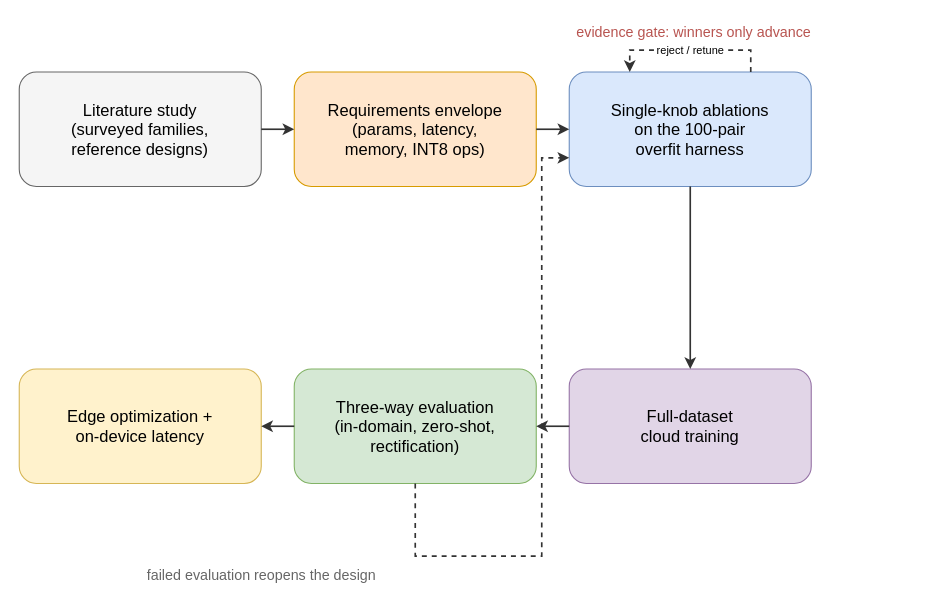
Earlier version of the draw.io diagram thesis/book/figures/fig_3_12_methodflow.drawio (abrar-nazib/StereoLite). Source tidied: cells renumbered, new cells numbered last; positions are measured from the earlier drawing's top-left corner, leaving out a move shared by most shapes. Both pictures are drawn from the tidied source at 110%, with x=0, y=0 at pixel (19, 19).
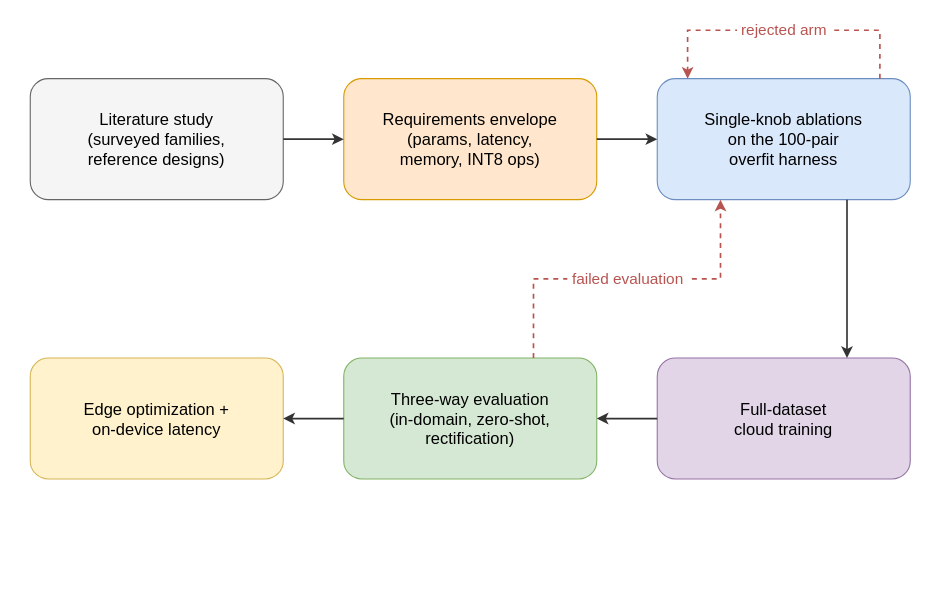
The same diagram, later.

What changed in the source:
```diff
@@
     <mxCell id="2" value="Literature study&lt;br&gt;(surveyed families,&lt;br&gt;reference designs)" style="rounded=1;whiteSpace=wrap;html=1;fillColor=#f5f5f5;strokeColor=#666666;fontSize=15;align=center;" parent="1" vertex="1">
-      <mxGeometry y="48" width="220" height="104" as="geometry" />
+      <mxGeometry x="10" y="54" width="230" height="110" as="geometry" />
     </mxCell>
     <mxCell id="3" value="Requirements envelope&lt;br&gt;(params, latency,&lt;br&gt;memory, INT8 ops)" style="rounded=1;whiteSpace=wrap;html=1;fillColor=#ffe6cc;strokeColor=#d79b00;fontSize=15;align=center;" parent="1" vertex="1">
-      <mxGeometry x="250" y="48" width="220" height="104" as="geometry" />
+      <mxGeometry x="295" y="54" width="230" height="110" as="geometry" />
     </mxCell>
     <mxCell id="4" value="Single-knob ablations&lt;br&gt;on the 100-pair&lt;br&gt;overfit harness" style="rounded=1;whiteSpace=wrap;html=1;fillColor=#dae8fc;strokeColor=#6c8ebf;fontSize=15;align=center;" parent="1" vertex="1">
-      <mxGeometry x="500" y="48" width="220" height="104" as="geometry" />
+      <mxGeometry x="580" y="54" width="230" height="110" as="geometry" />
     </mxCell>
     <mxCell id="5" value="Full-dataset&lt;br&gt;cloud training" style="rounded=1;whiteSpace=wrap;html=1;fillColor=#e1d5e7;strokeColor=#9673a6;fontSize=15;align=center;" parent="1" vertex="1">
-      <mxGeometry x="500" y="318" width="220" height="104" as="geometry" />
+      <mxGeometry x="580" y="308" width="230" height="110" as="geometry" />
     </mxCell>
     <mxCell id="6" value="Three-way evaluation&lt;br&gt;(in-domain, zero-shot,&lt;br&gt;rectification)" style="rounded=1;whiteSpace=wrap;html=1;fillColor=#d5e8d4;strokeColor=#82b366;fontSize=15;align=center;" parent="1" vertex="1">
-      <mxGeometry x="250" y="318" width="220" height="104" as="geometry" />
+      <mxGeometry x="295" y="308" width="230" height="110" as="geometry" />
     </mxCell>
     <mxCell id="7" value="Edge optimization +&lt;br&gt;on-device latency" style="rounded=1;whiteSpace=wrap;html=1;fillColor=#fff2cc;strokeColor=#d6b656;fontSize=15;align=center;" parent="1" vertex="1">
-      <mxGeometry y="318" width="220" height="104" as="geometry" />
+      <mxGeometry x="10" y="308" width="230" height="110" as="geometry" />
     </mxCell>
@@
-    <mxCell id="10" style="edgeStyle=orthogonalEdgeStyle;rounded=0;html=1;jettySize=auto;strokeColor=#333333;strokeWidth=1.5;fontSize=10;exitX=0.5;exitY=1;exitDx=0;exitDy=0;entryX=0.5;entryY=0;entryDx=0;entryDy=0;" parent="1" edge="1" source="4" target="5">
+    <mxCell id="10" style="edgeStyle=orthogonalEdgeStyle;rounded=0;html=1;jettySize=auto;strokeColor=#333333;strokeWidth=1.5;fontSize=10;exitX=0.75;exitY=1;exitDx=0;exitDy=0;entryX=0.75;entryY=0;entryDx=0;entryDy=0;" parent="1" edge="1" source="4" target="5">
       <mxGeometry relative="1" as="geometry" />
     </mxCell>
@@
-    <mxCell id="13" value="evidence gate: winners only advance" style="text;html=1;align=center;verticalAlign=middle;fontSize=13;fontColor=#b85450;" parent="1" vertex="1">
-      <mxGeometry x="478" width="270" height="24" as="geometry" />
+    <mxCell id="13" value="&lt;span style=&quot;font-size:14px;color:#b85450;background-color:#ffffff;&quot;&gt;&amp;nbsp;rejected arm&amp;nbsp;&lt;/span&gt;" style="edgeStyle=orthogonalEdgeStyle;rounded=0;html=1;jettySize=auto;strokeColor=#b85450;strokeWidth=1.5;fontSize=10;dashed=1;exitX=0.88;exitY=0;exitDx=0;exitDy=0;entryX=0.12;entryY=0;entryDx=0;entryDy=0;" parent="1" edge="1" source="4" target="4">
+      <mxGeometry relative="1" as="geometry">
+        <Array as="points">
+          <mxPoint x="782" y="10" />
+          <mxPoint x="608" y="10" />
+        </Array>
+      </mxGeometry>
     </mxCell>
-    <mxCell id="14" value="reject / retune" style="edgeStyle=orthogonalEdgeStyle;rounded=0;html=1;jettySize=auto;strokeColor=#333333;strokeWidth=1.5;fontSize=10;dashed=1;exitX=0.75;exitY=0;exitDx=0;exitDy=0;entryX=0.25;entryY=0;entryDx=0;entryDy=0;" parent="1" edge="1" source="4" target="4">
+    <mxCell id="14" value="&lt;span style=&quot;font-size:14px;color:#b85450;background-color:#ffffff;&quot;&gt;&amp;nbsp;failed evaluation&amp;nbsp;&lt;/span&gt;" style="edgeStyle=orthogonalEdgeStyle;rounded=0;html=1;jettySize=auto;strokeColor=#b85450;strokeWidth=1.5;fontSize=10;dashed=1;exitX=0.75;exitY=0;exitDx=0;exitDy=0;entryX=0.25;entryY=1;entryDx=0;entryDy=0;" parent="1" edge="1" source="6" target="4">
       <mxGeometry relative="1" as="geometry">
         <Array as="points">
-          <mxPoint x="665" y="28" />
-          <mxPoint x="555" y="28" />
+          <mxPoint x="467" y="236" />
+          <mxPoint x="638" y="236" />
         </Array>
       </mxGeometry>
     </mxCell>
-    <mxCell id="15" style="edgeStyle=orthogonalEdgeStyle;rounded=0;html=1;jettySize=auto;strokeColor=#333333;strokeWidth=1.5;fontSize=10;dashed=1;exitX=0.5;exitY=1;exitDx=0;exitDy=0;entryX=0;entryY=0.75;entryDx=0;entryDy=0;" parent="1" edge="1" source="6" target="4">
-      <mxGeometry relative="1" as="geometry">
-        <Array as="points">
-          <mxPoint x="360" y="488" />
-          <mxPoint x="475" y="488" />
-          <mxPoint x="475" y="126" />
-        </Array>
-      </mxGeometry>
-    </mxCell>
-    <mxCell id="16" value="failed evaluation reopens the design" style="text;html=1;align=center;verticalAlign=middle;fontSize=13;fontColor=#666666;" parent="1" vertex="1">
-      <mxGeometry x="90" y="493" width="260" height="24" as="geometry" />
-    </mxCell>
```
